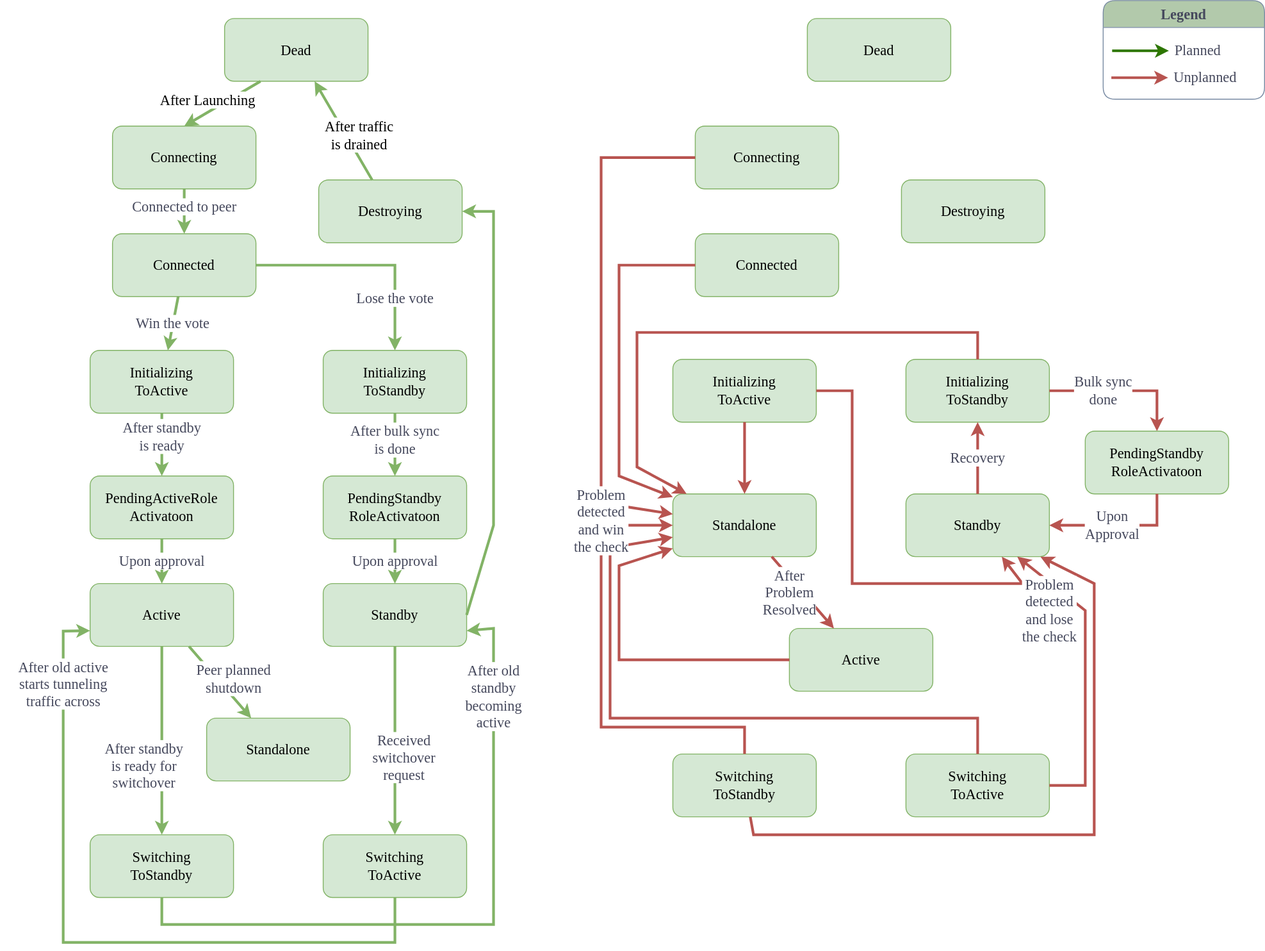
The draw.io diagram doc/smart-switch/high-availability/images/dpu-scope-npu-driven-ha-state-transition.svg in sonic-net/SONiC, before a commit. Source tidied: cells renumbered, new cells last; positions are measured from the earlier drawing's top-left corner, leaving out a move shared by most shapes.
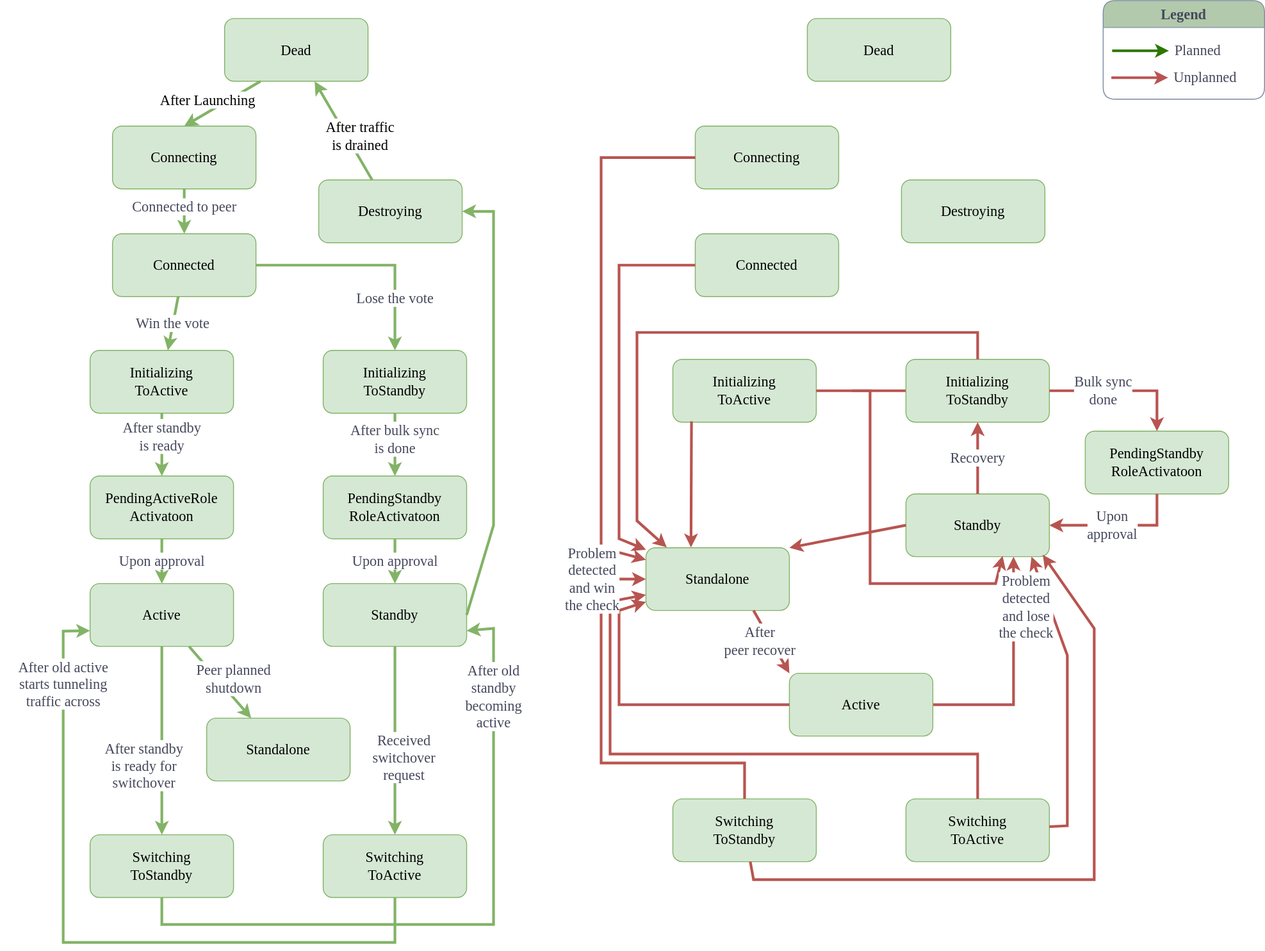
The same file after the commit.

Commit message:
Revise state transition graph and add more details about unplanned events

What changed in the source:
```diff
@@ -2,6 +2,13 @@
   <root>
     <mxCell id="0" />
     <mxCell id="1" parent="0" />
+    <mxCell id="63" style="endArrow=classic;html=1;rounded=0;strokeColor=#b85450;fontFamily=Consolas,Monaco;fontSize=16;fontColor=#46495D;startSize=23;fillColor=#f8cecc;strokeWidth=3;labelBackgroundColor=#FFFFFF;exitX=1;exitY=0.5;exitDx=0;exitDy=0;entryX=0.75;entryY=1;entryDx=0;entryDy=0;" parent="1" edge="1" source="32" target="33">
+      <mxGeometry relative="1" as="geometry">
+        <Array as="points">
+          <mxPoint x="1060" y="785" />
+        </Array>
+      </mxGeometry>
+    </mxCell>
     <mxCell id="2" value="Initializing&lt;br style=&quot;font-size: 16px;&quot;&gt;ToActive" style="rounded=1;whiteSpace=wrap;html=1;fontFamily=Consolas,Monaco;fontSize=16;fillColor=#d5e8d4;strokeColor=#82b366;" parent="1" vertex="1">
       <mxGeometry x="30" y="390" width="160" height="70" as="geometry" />
     </mxCell>
@@ -114,67 +121,73 @@
     <mxCell id="30" value="Connected" style="rounded=1;whiteSpace=wrap;html=1;fontFamily=Consolas,Monaco;fontSize=16;fillColor=#d5e8d4;strokeColor=#82b366;" parent="1" vertex="1">
       <mxGeometry x="705" y="260" width="160" height="70" as="geometry" />
     </mxCell>
+    <mxCell id="64" style="rounded=0;jettySize=auto;html=1;exitX=0;exitY=0.5;exitDx=0;exitDy=0;endArrow=none;endFill=0;strokeWidth=3;strokeColor=light-dark(#b85450, #ededed);" parent="1" edge="1" source="31">
+      <mxGeometry relative="1" as="geometry">
+        <mxPoint x="880" y="435" as="targetPoint" />
+      </mxGeometry>
+    </mxCell>
     <mxCell id="31" value="Initializing&lt;br style=&quot;border-color: var(--border-color); font-size: 16px;&quot;&gt;ToStandby" style="rounded=1;whiteSpace=wrap;html=1;fontFamily=Consolas,Monaco;fontSize=16;fillColor=#d5e8d4;strokeColor=#82b366;" parent="1" vertex="1">
       <mxGeometry x="940" y="400" width="160" height="70" as="geometry" />
     </mxCell>
     <mxCell id="32" value="Active" style="rounded=1;whiteSpace=wrap;html=1;fontFamily=Consolas,Monaco;fontSize=16;fillColor=#d5e8d4;strokeColor=#82b366;" parent="1" vertex="1">
-      <mxGeometry x="810" y="700" width="160" height="70" as="geometry" />
+      <mxGeometry x="810" y="750" width="160" height="70" as="geometry" />
     </mxCell>
     <mxCell id="33" value="Standby" style="rounded=1;whiteSpace=wrap;html=1;fontFamily=Consolas,Monaco;fontSize=16;fillColor=#d5e8d4;strokeColor=#82b366;" parent="1" vertex="1">
       <mxGeometry x="940" y="550" width="160" height="70" as="geometry" />
     </mxCell>
     <mxCell id="34" value="Standalone" style="rounded=1;whiteSpace=wrap;html=1;fontFamily=Consolas,Monaco;fontSize=16;fillColor=#d5e8d4;strokeColor=#82b366;" parent="1" vertex="1">
-      <mxGeometry x="680" y="550" width="160" height="70" as="geometry" />
+      <mxGeometry x="650" y="610" width="160" height="70" as="geometry" />
     </mxCell>
     <mxCell id="35" value="Switching&lt;br style=&quot;font-size: 16px;&quot;&gt;ToStandby" style="rounded=1;whiteSpace=wrap;html=1;fontFamily=Consolas,Monaco;fontSize=16;fillColor=#d5e8d4;strokeColor=#82b366;" parent="1" vertex="1">
-      <mxGeometry x="680" y="840" width="160" height="70" as="geometry" />
+      <mxGeometry x="680" y="890" width="160" height="70" as="geometry" />
     </mxCell>
     <mxCell id="36" value="Destroying" style="rounded=1;whiteSpace=wrap;html=1;fontFamily=Consolas,Monaco;fontSize=16;fillColor=#d5e8d4;strokeColor=#82b366;" parent="1" vertex="1">
       <mxGeometry x="935" y="200" width="160" height="70" as="geometry" />
     </mxCell>
     <mxCell id="37" value="Switching&lt;br style=&quot;font-size: 16px;&quot;&gt;ToActive" style="rounded=1;whiteSpace=wrap;html=1;fontFamily=Consolas,Monaco;fontSize=16;fillColor=#d5e8d4;strokeColor=#82b366;" parent="1" vertex="1">
-      <mxGeometry x="940" y="840" width="160" height="70" as="geometry" />
+      <mxGeometry x="940" y="890" width="160" height="70" as="geometry" />
     </mxCell>
-    <mxCell id="38" style="endArrow=classic;html=1;rounded=0;strokeColor=#b85450;fontFamily=Consolas,Monaco;fontSize=16;fontColor=#46495D;startSize=23;fillColor=#f8cecc;strokeWidth=3;labelBackgroundColor=#FFFFFF;" parent="1" edge="1" source="31" target="34">
+    <mxCell id="38" style="endArrow=classic;html=1;rounded=0;strokeColor=#b85450;fontFamily=Consolas,Monaco;fontSize=16;fontColor=#46495D;startSize=23;fillColor=#f8cecc;strokeWidth=3;labelBackgroundColor=#FFFFFF;entryX=0.145;entryY=-0.005;entryDx=0;entryDy=0;entryPerimeter=0;" parent="1" edge="1" source="31" target="34">
       <mxGeometry relative="1" as="geometry">
         <Array as="points">
           <mxPoint x="1020" y="370" />
           <mxPoint x="640" y="370" />
-          <mxPoint x="640" y="520" />
+          <mxPoint x="640" y="580" />
         </Array>
       </mxGeometry>
     </mxCell>
-    <mxCell id="39" style="endArrow=classic;html=1;rounded=0;strokeColor=#b85450;fontFamily=Consolas,Monaco;fontSize=16;fontColor=#46495D;startSize=23;fillColor=#f8cecc;strokeWidth=3;labelBackgroundColor=#FFFFFF;" parent="1" edge="1" source="32" target="34">
+    <mxCell id="39" style="endArrow=classic;html=1;rounded=0;strokeColor=#b85450;fontFamily=Consolas,Monaco;fontSize=16;fontColor=#46495D;startSize=23;fillColor=#f8cecc;strokeWidth=3;labelBackgroundColor=#FFFFFF;" parent="1" edge="1" source="32">
       <mxGeometry relative="1" as="geometry">
+        <mxPoint x="650" y="670.5" as="targetPoint" />
         <Array as="points">
-          <mxPoint x="620" y="735" />
-          <mxPoint x="620" y="630" />
+          <mxPoint x="620" y="785" />
+          <mxPoint x="620" y="680" />
         </Array>
       </mxGeometry>
     </mxCell>
     <mxCell id="40" value="Recovery" style="endArrow=classic;html=1;rounded=0;strokeColor=#b85450;fontFamily=Consolas,Monaco;fontSize=16;fontColor=#46495D;startSize=23;fillColor=#f8cecc;strokeWidth=3;labelBackgroundColor=#FFFFFF;" parent="1" edge="1" source="33" target="31">
       <mxGeometry relative="1" as="geometry" />
     </mxCell>
-    <mxCell id="41" style="endArrow=classic;html=1;rounded=0;strokeColor=#b85450;fontFamily=Consolas,Monaco;fontSize=16;fontColor=#46495D;startSize=23;fillColor=#f8cecc;strokeWidth=3;labelBackgroundColor=#FFFFFF;" parent="1" edge="1" source="37" target="34">
+    <mxCell id="41" style="endArrow=classic;html=1;rounded=0;strokeColor=#b85450;fontFamily=Consolas,Monaco;fontSize=16;fontColor=#46495D;startSize=23;fillColor=#f8cecc;strokeWidth=3;labelBackgroundColor=#FFFFFF;entryX=0;entryY=0.75;entryDx=0;entryDy=0;" parent="1" edge="1" source="37" target="34">
       <mxGeometry relative="1" as="geometry">
         <Array as="points">
-          <mxPoint x="1020" y="800" />
-          <mxPoint x="610" y="800" />
-          <mxPoint x="610" y="610" />
+          <mxPoint x="1020" y="840" />
+          <mxPoint x="610" y="840" />
+          <mxPoint x="610" y="670" />
         </Array>
       </mxGeometry>
     </mxCell>
-    <mxCell id="42" style="endArrow=classic;html=1;rounded=0;strokeColor=#b85450;fontFamily=Consolas,Monaco;fontSize=16;fontColor=#46495D;startSize=23;fillColor=#f8cecc;strokeWidth=3;labelBackgroundColor=#FFFFFF;" parent="1" edge="1" source="27" target="34">
+    <mxCell id="42" style="endArrow=classic;html=1;rounded=0;strokeColor=#b85450;fontFamily=Consolas,Monaco;fontSize=16;fontColor=#46495D;startSize=23;fillColor=#f8cecc;strokeWidth=3;labelBackgroundColor=#FFFFFF;exitX=0.13;exitY=0.987;exitDx=0;exitDy=0;entryX=0.314;entryY=-0.005;entryDx=0;entryDy=0;entryPerimeter=0;exitPerimeter=0;" parent="1" edge="1" source="27" target="34">
       <mxGeometry relative="1" as="geometry" />
     </mxCell>
-    <mxCell id="43" value="After&lt;br style=&quot;font-size: 16px;&quot;&gt;Problem&lt;br style=&quot;font-size: 16px;&quot;&gt;Resolved" style="endArrow=classic;html=1;rounded=0;strokeColor=#b85450;fontFamily=Consolas,Monaco;fontSize=16;fontColor=#46495D;startSize=23;fillColor=#f8cecc;strokeWidth=3;labelBackgroundColor=#FFFFFF;" parent="1" edge="1" source="34" target="32">
-      <mxGeometry x="-0.19" y="-11" relative="1" as="geometry" />
+    <mxCell id="43" value="After&lt;br style=&quot;font-size: 16px;&quot;&gt;peer recover" style="endArrow=classic;html=1;rounded=0;strokeColor=#b85450;fontFamily=Consolas,Monaco;fontSize=16;fontColor=#46495D;startSize=23;fillColor=#f8cecc;strokeWidth=3;labelBackgroundColor=#FFFFFF;exitX=0.75;exitY=1;exitDx=0;exitDy=0;entryX=0;entryY=0;entryDx=0;entryDy=0;" parent="1" edge="1" source="34" target="32">
+      <mxGeometry x="-0.18" y="-11" relative="1" as="geometry" />
     </mxCell>
     <mxCell id="44" style="endArrow=classic;html=1;rounded=0;strokeColor=#b85450;fontFamily=Consolas,Monaco;fontSize=16;fontColor=#46495D;startSize=23;fillColor=#f8cecc;strokeWidth=3;labelBackgroundColor=#FFFFFF;" parent="1" edge="1" source="29" target="34">
       <mxGeometry relative="1" as="geometry">
         <Array as="points">
           <mxPoint x="600" y="175" />
-          <mxPoint x="600" y="560" />
+          <mxPoint x="600" y="610" />
         </Array>
       </mxGeometry>
     </mxCell>
@@ -199,30 +212,31 @@
     <mxCell id="49" value="Unplanned" style="text;html=1;strokeColor=none;fillColor=none;align=left;verticalAlign=middle;whiteSpace=wrap;rounded=0;fontColor=#46495D;fontSize=16;fontFamily=Consolas,Monaco;" parent="45" vertex="1">
       <mxGeometry x="77.1" y="70" width="102.9" height="30" as="geometry" />
     </mxCell>
-    <mxCell id="50" style="endArrow=classic;html=1;rounded=0;strokeColor=#b85450;fontFamily=Consolas,Monaco;fontSize=16;fontColor=#46495D;startSize=23;fillColor=#f8cecc;strokeWidth=3;labelBackgroundColor=#FFFFFF;" parent="1" edge="1" source="27" target="33">
+    <mxCell id="50" style="endArrow=classic;html=1;rounded=0;strokeColor=#b85450;fontFamily=Consolas,Monaco;fontSize=16;fontColor=#46495D;startSize=23;fillColor=#f8cecc;strokeWidth=3;labelBackgroundColor=#FFFFFF;entryX=0.674;entryY=0.987;entryDx=0;entryDy=0;entryPerimeter=0;" parent="1" edge="1" source="27" target="33">
       <mxGeometry relative="1" as="geometry">
         <Array as="points">
-          <mxPoint x="880" y="435" />
-          <mxPoint x="880" y="650" />
-          <mxPoint x="1070" y="650" />
+          <mxPoint x="900" y="435" />
+          <mxPoint x="900" y="650" />
+          <mxPoint x="1040" y="650" />
         </Array>
       </mxGeometry>
     </mxCell>
-    <mxCell id="51" style="endArrow=classic;html=1;rounded=0;strokeColor=#b85450;fontFamily=Consolas,Monaco;fontSize=16;fontColor=#46495D;startSize=23;fillColor=#f8cecc;strokeWidth=3;labelBackgroundColor=#FFFFFF;" parent="1" edge="1" source="35" target="34">
+    <mxCell id="51" style="endArrow=classic;html=1;rounded=0;strokeColor=#b85450;fontFamily=Consolas,Monaco;fontSize=16;fontColor=#46495D;startSize=23;fillColor=#f8cecc;strokeWidth=3;labelBackgroundColor=#FFFFFF;entryX=0;entryY=0.5;entryDx=0;entryDy=0;" parent="1" edge="1" source="35" target="34">
       <mxGeometry relative="1" as="geometry">
         <Array as="points">
-          <mxPoint x="760" y="810" />
-          <mxPoint x="600" y="810" />
-          <mxPoint x="600" y="585" />
+          <mxPoint x="760" y="850" />
+          <mxPoint x="600" y="850" />
+          <mxPoint x="600" y="645" />
         </Array>
       </mxGeometry>
     </mxCell>
     <mxCell id="52" value="Problem&lt;br style=&quot;font-size: 16px;&quot;&gt;detected&lt;br style=&quot;font-size: 16px;&quot;&gt;and win&lt;br style=&quot;font-size: 16px;&quot;&gt;the check" style="endArrow=classic;html=1;rounded=0;strokeColor=#b85450;fontFamily=Consolas,Monaco;fontSize=16;fontColor=#46495D;startSize=23;fillColor=#f8cecc;strokeWidth=3;labelBackgroundColor=#FFFFFF;" parent="1" edge="1" source="30" target="34">
-      <mxGeometry x="0.66" y="-54" relative="1" as="geometry">
+      <mxGeometry x="0.85" y="-54" relative="1" as="geometry">
         <Array as="points">
           <mxPoint x="620" y="295" />
-          <mxPoint x="620" y="530" />
+          <mxPoint x="620" y="600" />
         </Array>
+        <mxPoint x="24" y="46" as="offset" />
       </mxGeometry>
     </mxCell>
     <mxCell id="53" value="Bulk sync&lt;br style=&quot;font-size: 16px;&quot;&gt;done" style="endArrow=classic;html=1;rounded=0;strokeColor=#b85450;fontFamily=Consolas,Monaco;fontSize=16;fontColor=#46495D;startSize=23;fillColor=#f8cecc;strokeWidth=3;labelBackgroundColor=#FFFFFF;entryX=0.5;entryY=0;entryDx=0;entryDy=0;" parent="1" edge="1" source="31" target="61">
@@ -232,20 +246,21 @@
         </Array>
       </mxGeometry>
     </mxCell>
-    <mxCell id="54" style="endArrow=classic;html=1;rounded=0;strokeColor=#b85450;fontFamily=Consolas,Monaco;fontSize=16;fontColor=#46495D;startSize=23;fillColor=#f8cecc;strokeWidth=3;labelBackgroundColor=#FFFFFF;" parent="1" edge="1" source="37" target="33">
+    <mxCell id="54" style="endArrow=classic;html=1;rounded=0;strokeColor=#b85450;fontFamily=Consolas,Monaco;fontSize=16;fontColor=#46495D;startSize=23;fillColor=#f8cecc;strokeWidth=3;labelBackgroundColor=#FFFFFF;" parent="1" edge="1" source="37">
       <mxGeometry relative="1" as="geometry">
+        <mxPoint x="1080" y="620" as="targetPoint" />
         <Array as="points">
-          <mxPoint x="1140" y="875" />
-          <mxPoint x="1140" y="680" />
+          <mxPoint x="1120" y="920" />
+          <mxPoint x="1120" y="730" />
         </Array>
       </mxGeometry>
     </mxCell>
-    <mxCell id="55" value="Problem&lt;br style=&quot;font-size: 16px;&quot;&gt;detected&lt;br style=&quot;font-size: 16px;&quot;&gt;and lose&lt;br style=&quot;font-size: 16px;&quot;&gt;the check" style="endArrow=classic;html=1;rounded=0;strokeColor=#b85450;fontFamily=Consolas,Monaco;fontSize=16;fontColor=#46495D;startSize=23;fillColor=#f8cecc;strokeWidth=3;labelBackgroundColor=default;" parent="1" edge="1" source="35" target="33">
-      <mxGeometry x="0.9" y="49" relative="1" as="geometry">
+    <mxCell id="55" value="Problem&lt;br style=&quot;font-size: 16px;&quot;&gt;detected&lt;br style=&quot;font-size: 16px;&quot;&gt;and lose&lt;br style=&quot;font-size: 16px;&quot;&gt;the check" style="endArrow=classic;html=1;rounded=0;strokeColor=#b85450;fontFamily=Consolas,Monaco;fontSize=16;fontColor=#46495D;startSize=23;fillColor=#f8cecc;strokeWidth=3;labelBackgroundColor=default;entryX=0.954;entryY=0.97;entryDx=0;entryDy=0;entryPerimeter=0;" parent="1" edge="1" source="35" target="33">
+      <mxGeometry x="0.91" y="49" relative="1" as="geometry">
         <Array as="points">
-          <mxPoint x="770" y="930" />
-          <mxPoint x="1150" y="930" />
-          <mxPoint x="1150" y="650" />
+          <mxPoint x="770" y="980" />
+          <mxPoint x="1150" y="980" />
+          <mxPoint x="1150" y="700" />
         </Array>
       </mxGeometry>
     </mxCell>
@@ -267,12 +282,15 @@
     <mxCell id="61" value="PendingStandby&lt;div&gt;Role&lt;span style=&quot;background-color: transparent; color: light-dark(rgb(0, 0, 0), rgb(255, 255, 255));&quot;&gt;Activatoon&lt;/span&gt;&lt;/div&gt;" style="rounded=1;whiteSpace=wrap;html=1;fontFamily=Consolas,Monaco;fontSize=16;fillColor=#d5e8d4;strokeColor=#82b366;" parent="1" vertex="1">
       <mxGeometry x="1140" y="480" width="160" height="70" as="geometry" />
     </mxCell>
-    <mxCell id="62" value="Upon&lt;div&gt;Approval&lt;/div&gt;" style="endArrow=classic;html=1;rounded=0;strokeColor=#b85450;fontFamily=Consolas,Monaco;fontSize=16;fontColor=#46495D;startSize=23;fillColor=#f8cecc;strokeWidth=3;labelBackgroundColor=#FFFFFF;exitX=0.5;exitY=1;exitDx=0;exitDy=0;entryX=1;entryY=0.5;entryDx=0;entryDy=0;" parent="1" edge="1" source="61" target="33">
+    <mxCell id="62" value="Upon&lt;div&gt;approval&lt;/div&gt;" style="endArrow=classic;html=1;rounded=0;strokeColor=#b85450;fontFamily=Consolas,Monaco;fontSize=16;fontColor=#46495D;startSize=23;fillColor=#f8cecc;strokeWidth=3;labelBackgroundColor=#FFFFFF;exitX=0.5;exitY=1;exitDx=0;exitDy=0;entryX=1;entryY=0.5;entryDx=0;entryDy=0;" parent="1" edge="1" source="61" target="33">
       <mxGeometry x="0.1" relative="1" as="geometry">
         <Array as="points">
           <mxPoint x="1220" y="585" />
         </Array>
       </mxGeometry>
     </mxCell>
+    <mxCell id="65" style="endArrow=classic;html=1;rounded=0;strokeColor=#b85450;fontFamily=Consolas,Monaco;fontSize=16;fontColor=#46495D;startSize=23;fillColor=#f8cecc;strokeWidth=3;labelBackgroundColor=#FFFFFF;entryX=1;entryY=0;entryDx=0;entryDy=0;exitX=0;exitY=0.5;exitDx=0;exitDy=0;" parent="1" edge="1" source="33" target="34">
+      <mxGeometry relative="1" as="geometry" />
+    </mxCell>
   </root>
 </mxGraphModel>
```
